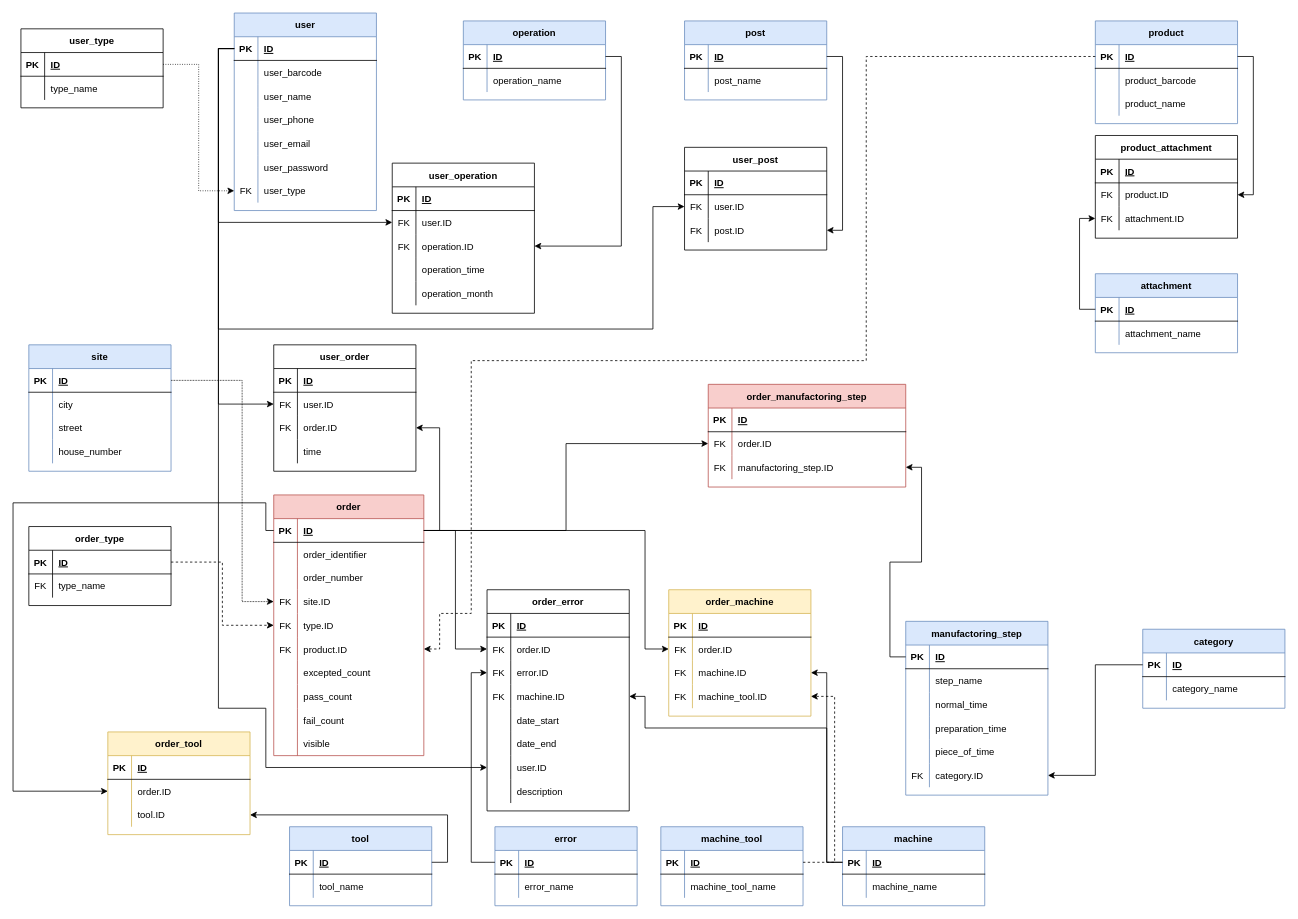
Above: DOC/diagrams/database_plan_2_0_0.drawio in KerteszZoltan/mesterminal (draw.io), before the change. Source tidied: cells renumbered, new cells numbered last; positions are measured from the earlier drawing's top-left corner, leaving out a move shared by most shapes. Both pictures are drawn from the tidied source at 79%, with x=0, y=0 at pixel (13, 13).
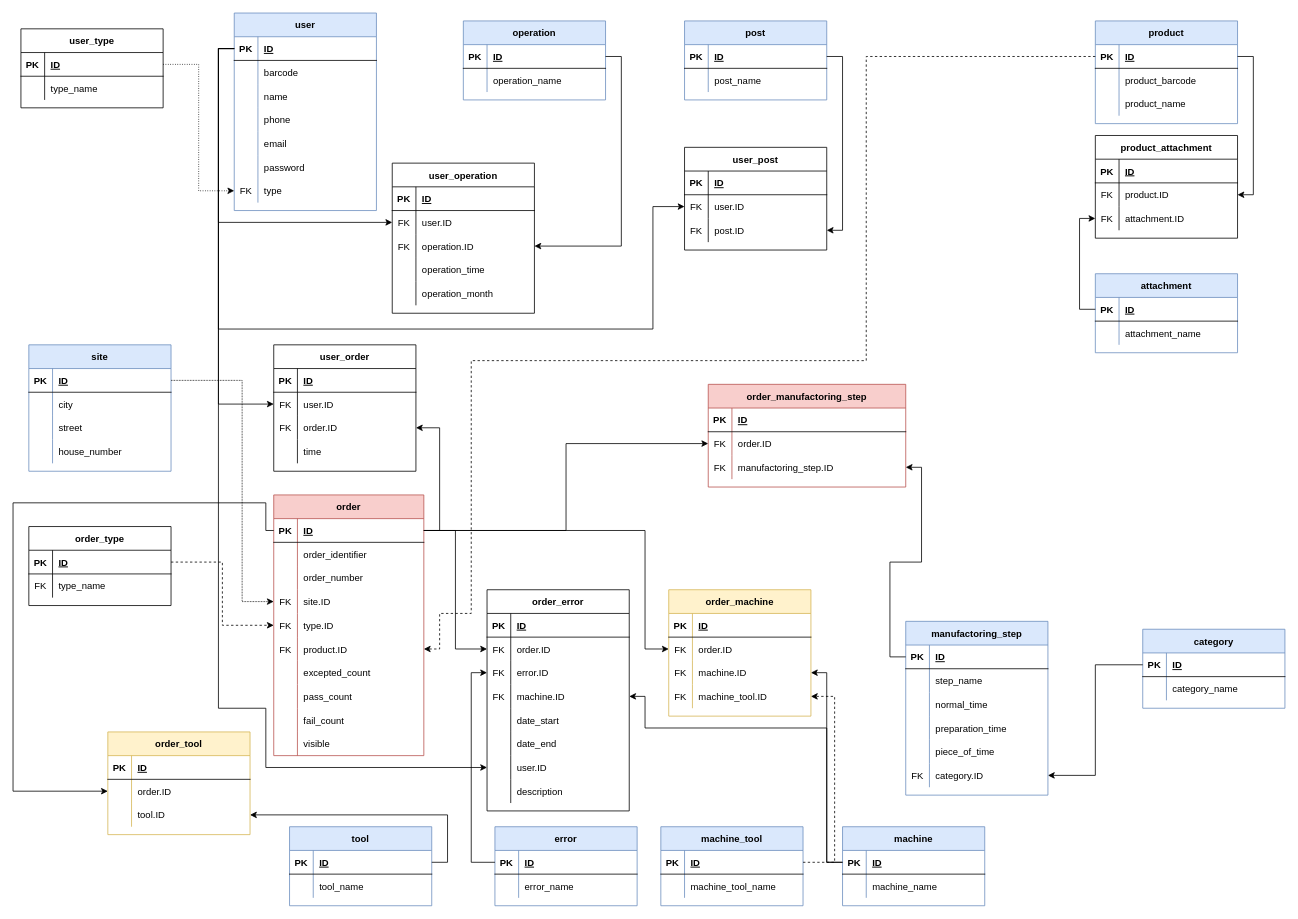
The same diagram, later.

Commit message:
user table "user" prefix remove

The change refers to these unchanged cells:
```xml
<mxCell id="6" style="shape=partialRectangle;fillColor=none;top=0;left=0;bottom=0;right=0;" parent="2" vertex="1">
  <mxGeometry y="60" width="180" height="30" as="geometry" />
</mxCell>
<mxCell id="9" style="shape=partialRectangle;fillColor=none;top=0;left=0;bottom=0;right=0;" parent="2" vertex="1">
  <mxGeometry y="90" width="180" height="30" as="geometry" />
</mxCell>
<mxCell id="12" style="shape=partialRectangle;fillColor=none;top=0;left=0;bottom=0;right=0;" parent="2" vertex="1">
  <mxGeometry y="120" width="180" height="30" as="geometry" />
</mxCell>
<mxCell id="15" style="shape=partialRectangle;fillColor=none;top=0;left=0;bottom=0;right=0;" parent="2" vertex="1">
  <mxGeometry y="150" width="180" height="30" as="geometry" />
</mxCell>
<mxCell id="18" style="shape=partialRectangle;fillColor=none;top=0;left=0;bottom=0;right=0;" parent="2" vertex="1">
  <mxGeometry y="180" width="180" height="30" as="geometry" />
</mxCell>
<mxCell id="21" style="shape=partialRectangle;fillColor=none;top=0;left=0;bottom=0;right=0;points=[[0,0.5],[1,0.5]];portConstraint=eastwest;" parent="2" vertex="1">
  <mxGeometry y="210" width="180" height="30" as="geometry" />
</mxCell>
```

The edit, as a diff of the source:
```diff
@@
-    <mxCell id="8" value="user_barcode" style="shape=partialRectangle;fillColor=none;top=0;left=0;bottom=0;right=0;align=left;spacingLeft=6;overflow=hidden;" parent="6" vertex="1">
+    <mxCell id="8" value="barcode" style="shape=partialRectangle;fillColor=none;top=0;left=0;bottom=0;right=0;align=left;spacingLeft=6;overflow=hidden;" parent="6" vertex="1">
       <mxGeometry x="30" width="150" height="30" as="geometry" />
     </mxCell>
@@
-    <mxCell id="11" value="user_name" style="shape=partialRectangle;fillColor=none;top=0;left=0;bottom=0;right=0;align=left;spacingLeft=6;overflow=hidden;" parent="9" vertex="1">
+    <mxCell id="11" value="name" style="shape=partialRectangle;fillColor=none;top=0;left=0;bottom=0;right=0;align=left;spacingLeft=6;overflow=hidden;" parent="9" vertex="1">
       <mxGeometry x="30" width="150" height="30" as="geometry" />
     </mxCell>
@@
-    <mxCell id="14" value="user_phone" style="shape=partialRectangle;fillColor=none;top=0;left=0;bottom=0;right=0;align=left;spacingLeft=6;overflow=hidden;" parent="12" vertex="1">
+    <mxCell id="14" value="phone" style="shape=partialRectangle;fillColor=none;top=0;left=0;bottom=0;right=0;align=left;spacingLeft=6;overflow=hidden;" parent="12" vertex="1">
       <mxGeometry x="30" width="150" height="30" as="geometry" />
     </mxCell>
@@
-    <mxCell id="17" value="user_email" style="shape=partialRectangle;fillColor=none;top=0;left=0;bottom=0;right=0;align=left;spacingLeft=6;overflow=hidden;" parent="15" vertex="1">
+    <mxCell id="17" value="email" style="shape=partialRectangle;fillColor=none;top=0;left=0;bottom=0;right=0;align=left;spacingLeft=6;overflow=hidden;" parent="15" vertex="1">
       <mxGeometry x="30" width="150" height="30" as="geometry" />
     </mxCell>
@@
-    <mxCell id="20" value="user_password" style="shape=partialRectangle;fillColor=none;top=0;left=0;bottom=0;right=0;align=left;spacingLeft=6;overflow=hidden;" parent="18" vertex="1">
+    <mxCell id="20" value="password" style="shape=partialRectangle;fillColor=none;top=0;left=0;bottom=0;right=0;align=left;spacingLeft=6;overflow=hidden;" parent="18" vertex="1">
       <mxGeometry x="30" width="150" height="30" as="geometry" />
     </mxCell>
@@
-    <mxCell id="23" value="user_type" style="shape=partialRectangle;fillColor=none;top=0;left=0;bottom=0;right=0;align=left;spacingLeft=6;overflow=hidden;" parent="21" vertex="1">
+    <mxCell id="23" value="type" style="shape=partialRectangle;fillColor=none;top=0;left=0;bottom=0;right=0;align=left;spacingLeft=6;overflow=hidden;" parent="21" vertex="1">
       <mxGeometry x="30" width="150" height="30" as="geometry" />
     </mxCell>
```
